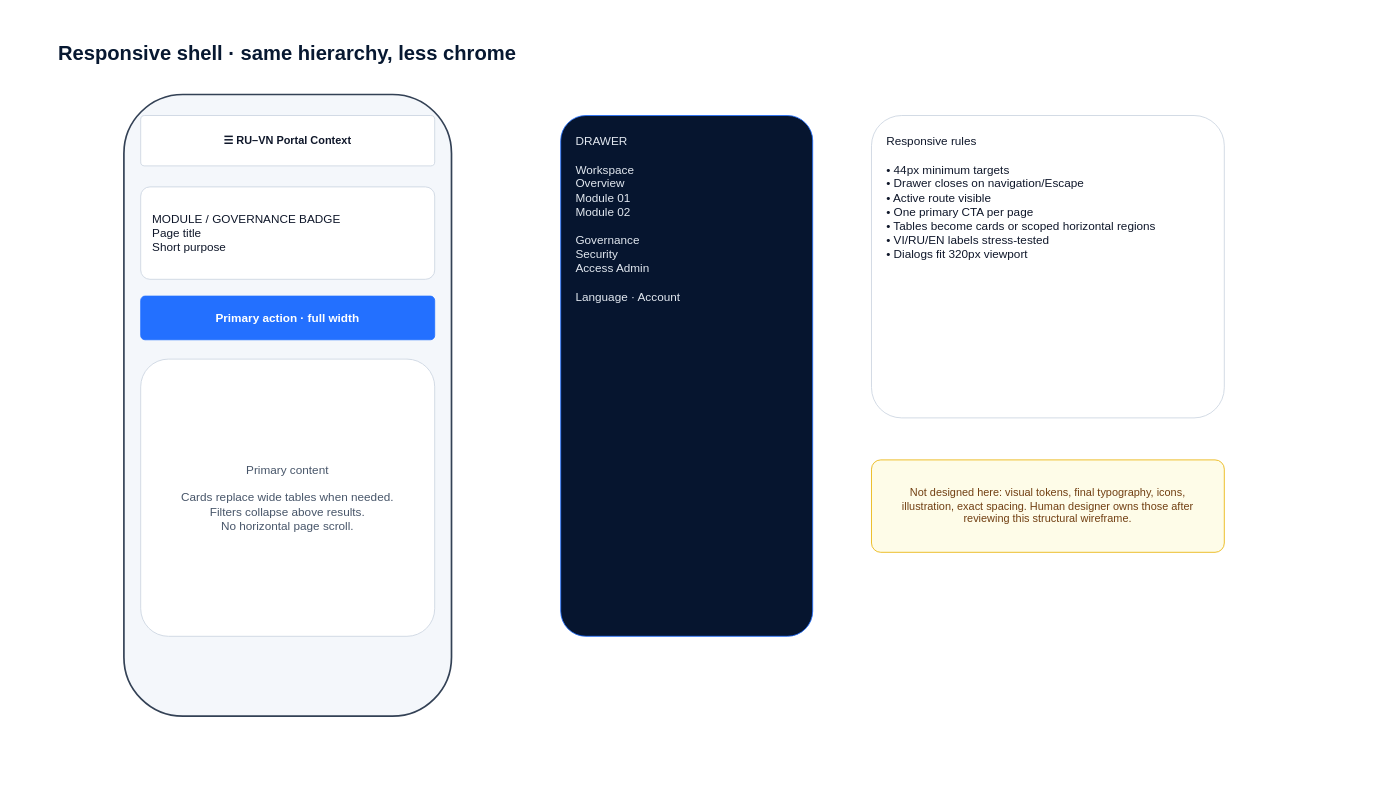
Before: page "04 - Responsive Shell" (4 of 4) of docs/design/workspace-admin-shell-wireframe.drawio in dangminhdev0403/vnru-network, a draw.io diagram. Source tidied: cells renumbered, new cells numbered last; positions are measured from the earlier drawing's top-left corner, leaving out a move shared by most shapes. Both pictures are drawn from the tidied source at 84%, with x=0, y=0 at pixel (56, 35).
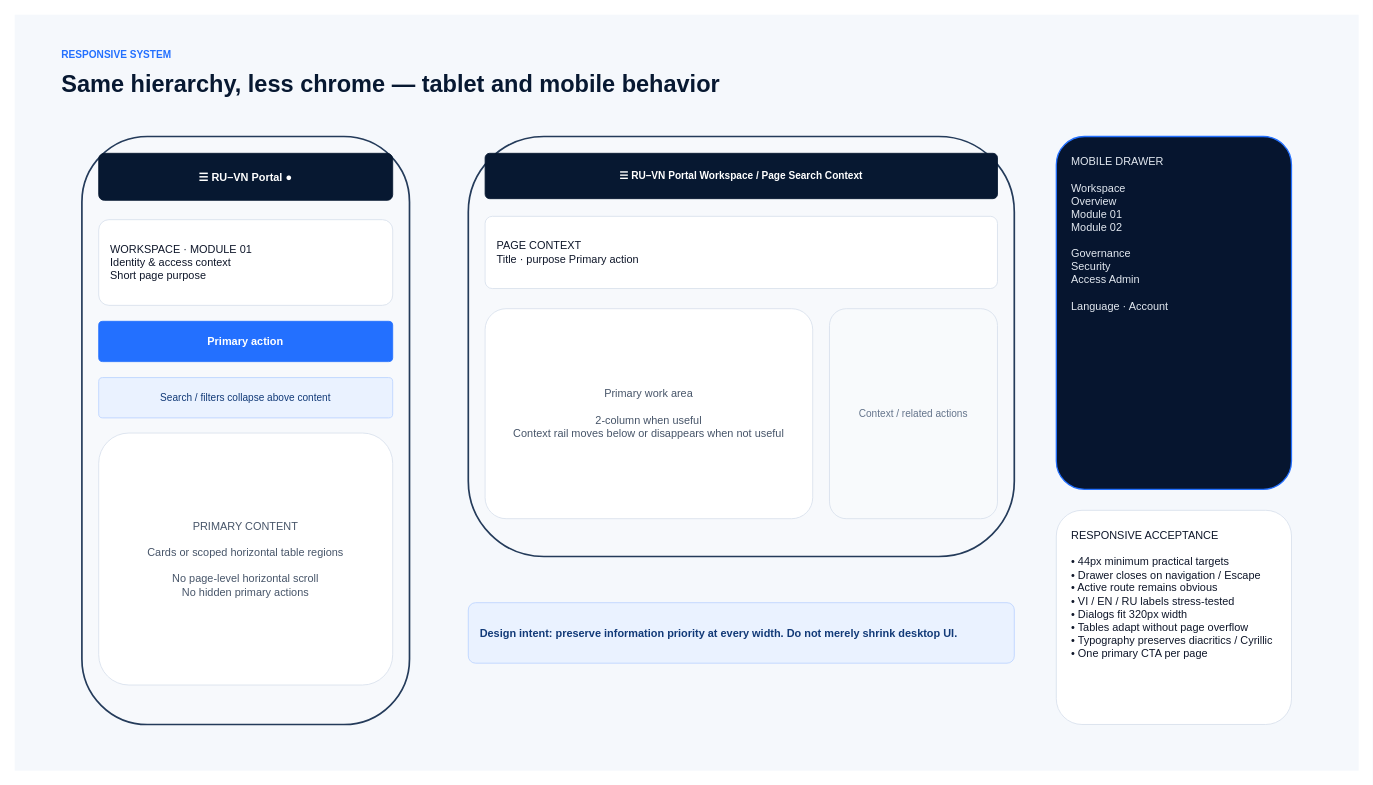
Above is the later version.

Commit message (it also covers changes not shown here):
design(ui): refine unified workspace shell wireframe

The edit, as a diff of the source:
```diff
@@
 <mxGraphModel>
   <root>
     <mxCell id="0" />
     <mxCell id="1" parent="0" />
-    <mxCell id="2" value="Responsive shell · same hierarchy, less chrome" style="text;html=1;fontSize=24;fontStyle=1;fontColor=#071831;" parent="1" vertex="1">
-      <mxGeometry width="800" height="40" as="geometry" />
-    </mxCell>
-    <mxCell id="3" style="rounded=1;whiteSpace=wrap;html=1;fillColor=#F4F7FB;strokeColor=#334155;strokeWidth=2;arcSize=18;" parent="1" vertex="1">
-      <mxGeometry x="80" y="70" width="390" height="740" as="geometry" />
-    </mxCell>
-    <mxCell id="4" value="☰   RU–VN Portal              Context" style="rounded=1;whiteSpace=wrap;html=1;fillColor=#FFFFFF;strokeColor=#CBD5E1;fontColor=#0F172A;fontStyle=1;fontSize=13;arcSize=8;" parent="1" vertex="1">
-      <mxGeometry x="100" y="95" width="350" height="60" as="geometry" />
-    </mxCell>
-    <mxCell id="5" value="MODULE / GOVERNANCE BADGE&#10;Page title&#10;Short purpose" style="rounded=1;whiteSpace=wrap;html=1;fillColor=#FFFFFF;strokeColor=#CBD5E1;fontColor=#0F172A;fontSize=14;align=left;spacing=14;arcSize=10;" parent="1" vertex="1">
-      <mxGeometry x="100" y="180" width="350" height="110" as="geometry" />
-    </mxCell>
-    <mxCell id="6" value="Primary action · full width" style="rounded=1;whiteSpace=wrap;html=1;fillColor=#2370FF;strokeColor=#2370FF;fontColor=#FFFFFF;fontStyle=1;fontSize=14;arcSize=10;" parent="1" vertex="1">
-      <mxGeometry x="100" y="310" width="350" height="52" as="geometry" />
-    </mxCell>
-    <mxCell id="7" value="Primary content&#10;&#10;Cards replace wide tables when needed.&#10;Filters collapse above results.&#10;No horizontal page scroll." style="rounded=1;whiteSpace=wrap;html=1;fillColor=#FFFFFF;strokeColor=#CBD5E1;fontColor=#475569;fontSize=14;arcSize=10;" parent="1" vertex="1">
-      <mxGeometry x="100" y="385" width="350" height="330" as="geometry" />
-    </mxCell>
-    <mxCell id="8" value="DRAWER&#10;&#10;Workspace&#10;Overview&#10;Module 01&#10;Module 02&#10;&#10;Governance&#10;Security&#10;Access Admin&#10;&#10;Language · Account" style="rounded=1;whiteSpace=wrap;html=1;fillColor=#06152F;strokeColor=#2370FF;fontColor=#E2E8F0;fontSize=14;align=left;verticalAlign=top;spacing=18;arcSize=10;" parent="1" vertex="1">
-      <mxGeometry x="600" y="95" width="300" height="620" as="geometry" />
-    </mxCell>
-    <mxCell id="9" value="Responsive rules&#10;&#10;• 44px minimum targets&#10;• Drawer closes on navigation/Escape&#10;• Active route visible&#10;• One primary CTA per page&#10;• Tables become cards or scoped horizontal regions&#10;• VI/RU/EN labels stress-tested&#10;• Dialogs fit 320px viewport" style="rounded=1;whiteSpace=wrap;html=1;fillColor=#FFFFFF;strokeColor=#CBD5E1;fontColor=#0F172A;fontSize=14;align=left;verticalAlign=top;spacing=18;arcSize=10;" parent="1" vertex="1">
-      <mxGeometry x="970" y="95" width="420" height="360" as="geometry" />
-    </mxCell>
-    <mxCell id="10" value="Not designed here: visual tokens, final typography, icons, illustration, exact spacing. Human designer owns those after reviewing this structural wireframe." style="rounded=1;whiteSpace=wrap;html=1;fillColor=#FEFCE8;strokeColor=#EAB308;fontColor=#713F12;fontSize=13;spacing=16;arcSize=10;" parent="1" vertex="1">
-      <mxGeometry x="970" y="505" width="420" height="110" as="geometry" />
-    </mxCell>
+    <mxCell id="11" style="rounded=0;whiteSpace=wrap;html=1;fillColor=#F5F8FC;strokeColor=none;" parent="1" vertex="1">
+      <mxGeometry x="-50" y="-25" width="1600" height="900" as="geometry" />
+    </mxCell>
+    <mxCell id="12" value="RESPONSIVE SYSTEM" style="text;html=1;fontSize=12;fontStyle=1;fontColor=#2370FF;align=left;letterSpacing=2;" parent="1" vertex="1">
+      <mxGeometry x="4" y="9" width="280" height="24" as="geometry" />
+    </mxCell>
+    <mxCell id="13" value="Same hierarchy, less chrome — tablet and mobile behavior" style="text;html=1;fontSize=28;fontStyle=1;fontColor=#071831;align=left;" parent="1" vertex="1">
+      <mxGeometry x="4" y="35" width="900" height="44" as="geometry" />
+    </mxCell>
+    <mxCell id="14" style="rounded=1;whiteSpace=wrap;html=1;fillColor=#F7F9FC;strokeColor=#243B5A;strokeWidth=2;arcSize=20;" parent="1" vertex="1">
+      <mxGeometry x="30" y="120" width="390" height="700" as="geometry" />
+    </mxCell>
+    <mxCell id="15" value="☰   RU–VN Portal                       ●" style="rounded=1;whiteSpace=wrap;html=1;fillColor=#071831;strokeColor=#071831;fontColor=#FFFFFF;fontSize=13;fontStyle=1;arcSize=12;" parent="1" vertex="1">
+      <mxGeometry x="50" y="140" width="350" height="56" as="geometry" />
+    </mxCell>
+    <mxCell id="16" value="WORKSPACE · MODULE 01&#10;Identity &amp; access context&#10;Short page purpose" style="rounded=1;whiteSpace=wrap;html=1;fillColor=#FFFFFF;strokeColor=#D8E1EC;fontColor=#0F172A;fontSize=13;align=left;verticalAlign=middle;spacing=14;arcSize=12;" parent="1" vertex="1">
+      <mxGeometry x="50" y="219" width="350" height="102" as="geometry" />
+    </mxCell>
+    <mxCell id="17" value="Primary action" style="rounded=1;whiteSpace=wrap;html=1;fillColor=#2370FF;strokeColor=#2370FF;fontColor=#FFFFFF;fontStyle=1;fontSize=13;arcSize=10;" parent="1" vertex="1">
+      <mxGeometry x="50" y="340" width="350" height="48" as="geometry" />
+    </mxCell>
+    <mxCell id="18" value="Search / filters collapse above content" style="rounded=1;whiteSpace=wrap;html=1;fillColor=#EAF2FF;strokeColor=#BBD3FF;fontColor=#123A78;fontSize=12;arcSize=10;" parent="1" vertex="1">
+      <mxGeometry x="50" y="407" width="350" height="48" as="geometry" />
+    </mxCell>
+    <mxCell id="19" value="PRIMARY CONTENT&#10;&#10;Cards or scoped horizontal table regions&#10;&#10;No page-level horizontal scroll&#10;No hidden primary actions" style="rounded=1;whiteSpace=wrap;html=1;fillColor=#FFFFFF;strokeColor=#D8E1EC;fontColor=#475569;fontSize=13;arcSize=12;" parent="1" vertex="1">
+      <mxGeometry x="50" y="473" width="350" height="300" as="geometry" />
+    </mxCell>
+    <mxCell id="20" style="rounded=1;whiteSpace=wrap;html=1;fillColor=#F7F9FC;strokeColor=#243B5A;strokeWidth=2;arcSize=18;" parent="1" vertex="1">
+      <mxGeometry x="490" y="120" width="650" height="500" as="geometry" />
+    </mxCell>
+    <mxCell id="21" value="☰  RU–VN Portal        Workspace / Page              Search     Context" style="rounded=1;whiteSpace=wrap;html=1;fillColor=#071831;strokeColor=#071831;fontColor=#FFFFFF;fontSize=12;fontStyle=1;arcSize=10;" parent="1" vertex="1">
+      <mxGeometry x="510" y="140" width="610" height="54" as="geometry" />
+    </mxCell>
+    <mxCell id="22" value="PAGE CONTEXT&#10;Title · purpose                                              Primary action" style="rounded=1;whiteSpace=wrap;html=1;fillColor=#FFFFFF;strokeColor=#D8E1EC;fontColor=#0F172A;fontSize=13;align=left;spacing=14;arcSize=10;" parent="1" vertex="1">
+      <mxGeometry x="510" y="215" width="610" height="86" as="geometry" />
+    </mxCell>
+    <mxCell id="23" value="Primary work area&#10;&#10;2-column when useful&#10;Context rail moves below or disappears when not useful" style="rounded=1;whiteSpace=wrap;html=1;fillColor=#FFFFFF;strokeColor=#D8E1EC;fontColor=#475569;fontSize=13;arcSize=10;" parent="1" vertex="1">
+      <mxGeometry x="510" y="325" width="390" height="250" as="geometry" />
+    </mxCell>
+    <mxCell id="24" value="Context / related actions" style="rounded=1;whiteSpace=wrap;html=1;fillColor=#F8FAFC;strokeColor=#D8E1EC;fontColor=#64748B;fontSize=12;arcSize=10;" parent="1" vertex="1">
+      <mxGeometry x="920" y="325" width="200" height="250" as="geometry" />
+    </mxCell>
+    <mxCell id="25" value="MOBILE DRAWER&#10;&#10;Workspace&#10;Overview&#10;Module 01&#10;Module 02&#10;&#10;Governance&#10;Security&#10;Access Admin&#10;&#10;Language · Account" style="rounded=1;whiteSpace=wrap;html=1;fillColor=#06152F;strokeColor=#2370FF;strokeWidth=1.5;fontColor=#E2E8F0;fontSize=13;align=left;verticalAlign=top;spacing=18;arcSize=12;" parent="1" vertex="1">
+      <mxGeometry x="1190" y="120" width="280" height="420" as="geometry" />
+    </mxCell>
+    <mxCell id="26" value="RESPONSIVE ACCEPTANCE&#10;&#10;• 44px minimum practical targets&#10;• Drawer closes on navigation / Escape&#10;• Active route remains obvious&#10;• VI / EN / RU labels stress-tested&#10;• Dialogs fit 320px width&#10;• Tables adapt without page overflow&#10;• Typography preserves diacritics / Cyrillic&#10;• One primary CTA per page" style="rounded=1;whiteSpace=wrap;html=1;fillColor=#FFFFFF;strokeColor=#D8E1EC;fontColor=#0F172A;fontSize=13;align=left;verticalAlign=top;spacing=18;arcSize=12;" parent="1" vertex="1">
+      <mxGeometry x="1190" y="565" width="280" height="255" as="geometry" />
+    </mxCell>
+    <mxCell id="27" value="Design intent: preserve information priority at every width. Do not merely shrink desktop UI." style="rounded=1;whiteSpace=wrap;html=1;fillColor=#EAF2FF;strokeColor=#BBD3FF;fontColor=#123A78;fontSize=13;fontStyle=1;align=left;spacing=14;arcSize=12;" parent="1" vertex="1">
+      <mxGeometry x="490" y="675" width="650" height="72" as="geometry" />
+    </mxCell>
   </root>
 </mxGraphModel>
```
